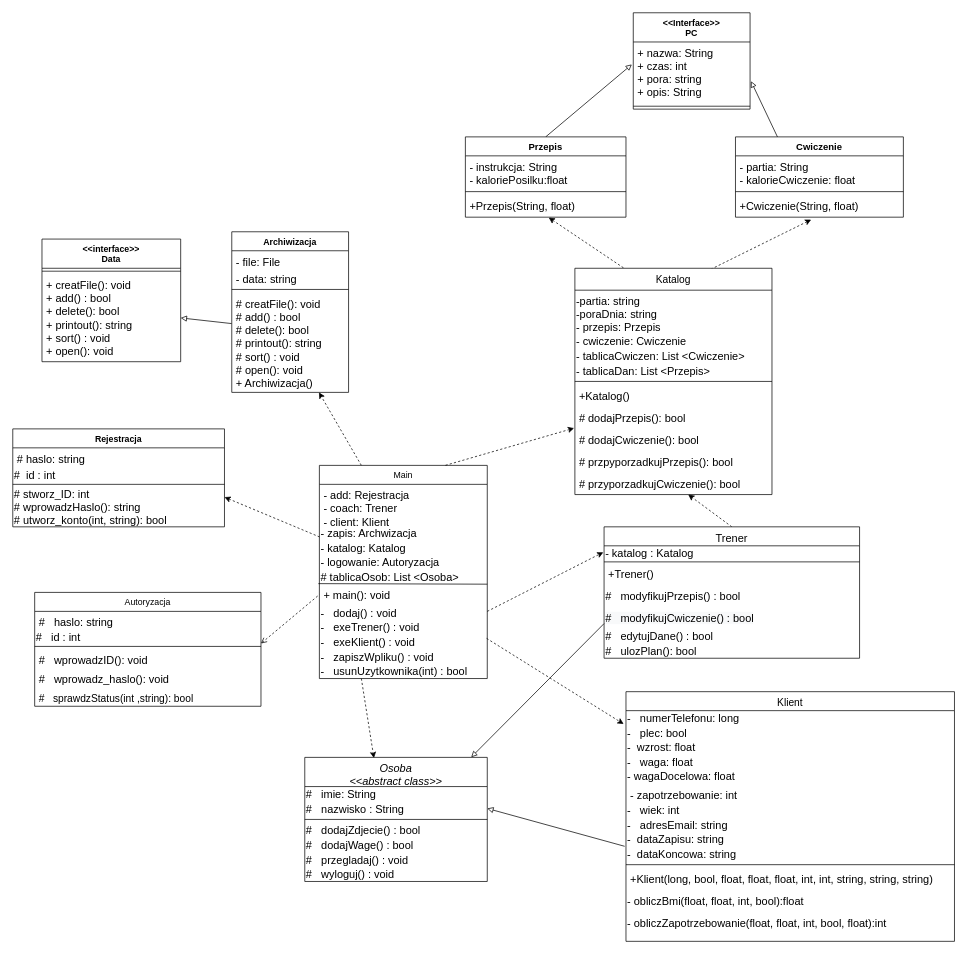
szarl/Projekt-Programowanie-Obiektowe keeps this draw.io diagram as Untitled Diagram.drawio. Above is the earlier version. Source tidied: cells renumbered, new cells numbered last; positions are measured from the earlier drawing's top-left corner, leaving out a move shared by most shapes. Both pictures are drawn from the tidied source at 73%, with x=0, y=0 at pixel (12, 12).
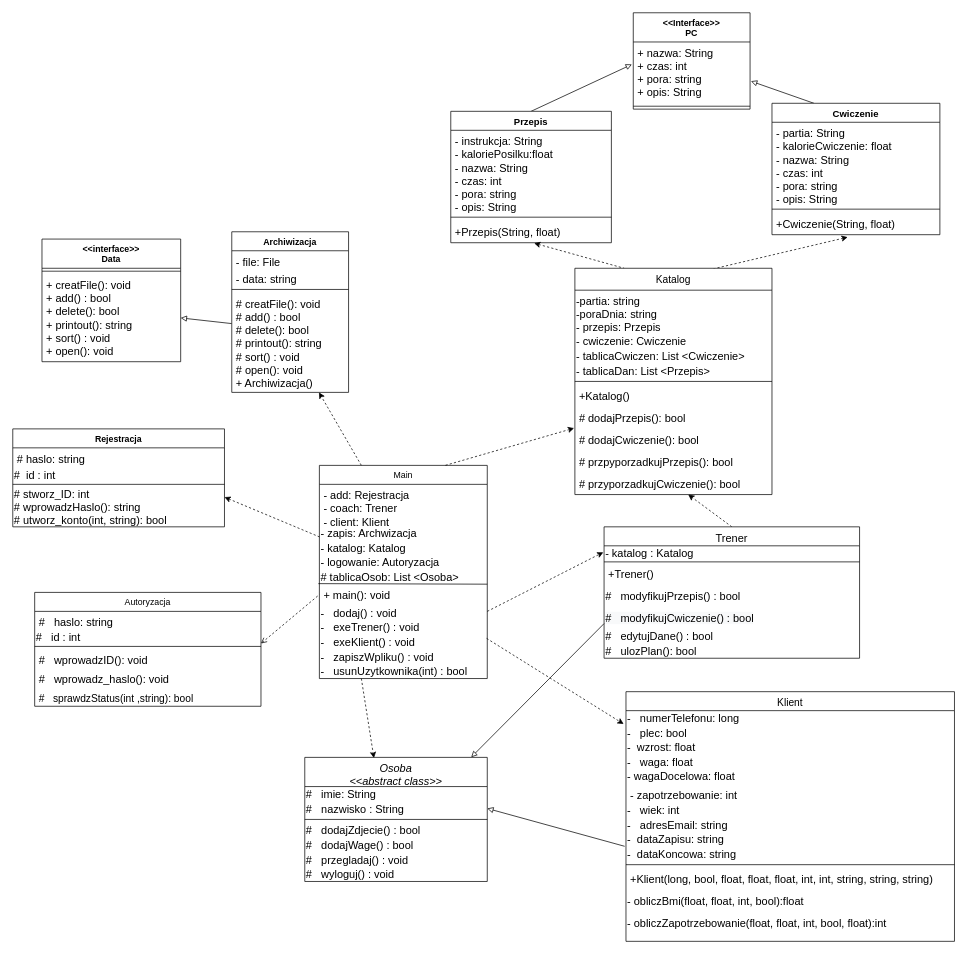
Above is the later version.

The edit, as a diff of the source:
```diff
@@
     <mxCell id="14" value="Cwiczenie" style="swimlane;fontStyle=1;align=center;verticalAlign=top;horizontal=1;startSize=26;fontSize=13;" parent="1" vertex="1">
-      <mxGeometry x="990" y="170" width="230" height="110" as="geometry" />
+      <mxGeometry x="1040" y="124" width="230" height="180" as="geometry" />
     </mxCell>
-    <mxCell id="15" value="- partia: String&#10;- kalorieCwiczenie: float" style="text;strokeColor=none;fillColor=none;align=left;verticalAlign=top;spacingLeft=4;spacingRight=4;overflow=hidden;fontSize=15;" parent="14" vertex="1">
-      <mxGeometry y="26" width="230" height="44" as="geometry" />
+    <mxCell id="15" value="- partia: String&#10;- kalorieCwiczenie: float&#10;- nazwa: String&#10;- czas: int&#10;- pora: string&#10;- opis: String" style="text;strokeColor=none;fillColor=none;align=left;verticalAlign=top;spacingLeft=4;spacingRight=4;overflow=hidden;fontSize=15;" parent="14" vertex="1">
+      <mxGeometry y="26" width="230" height="114" as="geometry" />
     </mxCell>
     <mxCell id="16" style="line;strokeWidth=1;fillColor=none;align=left;verticalAlign=middle;spacingTop=-1;spacingLeft=3;spacingRight=3;labelPosition=right;" parent="14" vertex="1">
-      <mxGeometry y="70" width="230" height="10" as="geometry" />
+      <mxGeometry y="140" width="230" height="10" as="geometry" />
     </mxCell>
     <mxCell id="17" value="+Cwiczenie(String, float)" style="text;align=left;verticalAlign=top;spacingLeft=4;spacingRight=4;overflow=hidden;points=[[0,0.5],[1,0.5]];portConstraint=eastwest;fontSize=15;" parent="14" vertex="1">
-      <mxGeometry y="80" width="230" height="30" as="geometry" />
+      <mxGeometry y="150" width="230" height="30" as="geometry" />
     </mxCell>
@@
     <mxCell id="20" value="Przepis" style="swimlane;fontStyle=1;align=center;verticalAlign=top;horizontal=1;startSize=26;fontSize=13;" parent="1" vertex="1">
-      <mxGeometry x="620" y="170" width="220" height="110" as="geometry" />
+      <mxGeometry x="600" y="135" width="220" height="180" as="geometry" />
     </mxCell>
-    <mxCell id="21" value="- instrukcja: String&#10;- kaloriePosilku:float" style="text;align=left;verticalAlign=top;spacingLeft=4;spacingRight=4;overflow=hidden;fontSize=15;" parent="20" vertex="1">
-      <mxGeometry y="26" width="220" height="44" as="geometry" />
+    <mxCell id="21" value="- instrukcja: String&#10;- kaloriePosilku:float&#10;- nazwa: String&#10;- czas: int&#10;- pora: string&#10;- opis: String" style="text;align=left;verticalAlign=top;spacingLeft=4;spacingRight=4;overflow=hidden;fontSize=15;" parent="20" vertex="1">
+      <mxGeometry y="26" width="220" height="114" as="geometry" />
     </mxCell>
     <mxCell id="22" style="line;strokeWidth=1;fillColor=none;align=left;verticalAlign=middle;spacingTop=-1;spacingLeft=3;spacingRight=3;labelPosition=right;" parent="20" vertex="1">
-      <mxGeometry y="70" width="220" height="10" as="geometry" />
+      <mxGeometry y="140" width="220" height="10" as="geometry" />
     </mxCell>
     <mxCell id="23" value="+Przepis(String, float)" style="text;align=left;verticalAlign=top;spacingLeft=4;spacingRight=4;overflow=hidden;points=[[0,0.5],[1,0.5]];portConstraint=eastwest;fontSize=15;" parent="20" vertex="1">
-      <mxGeometry y="80" width="220" height="30" as="geometry" />
+      <mxGeometry y="150" width="220" height="30" as="geometry" />
     </mxCell>
```
